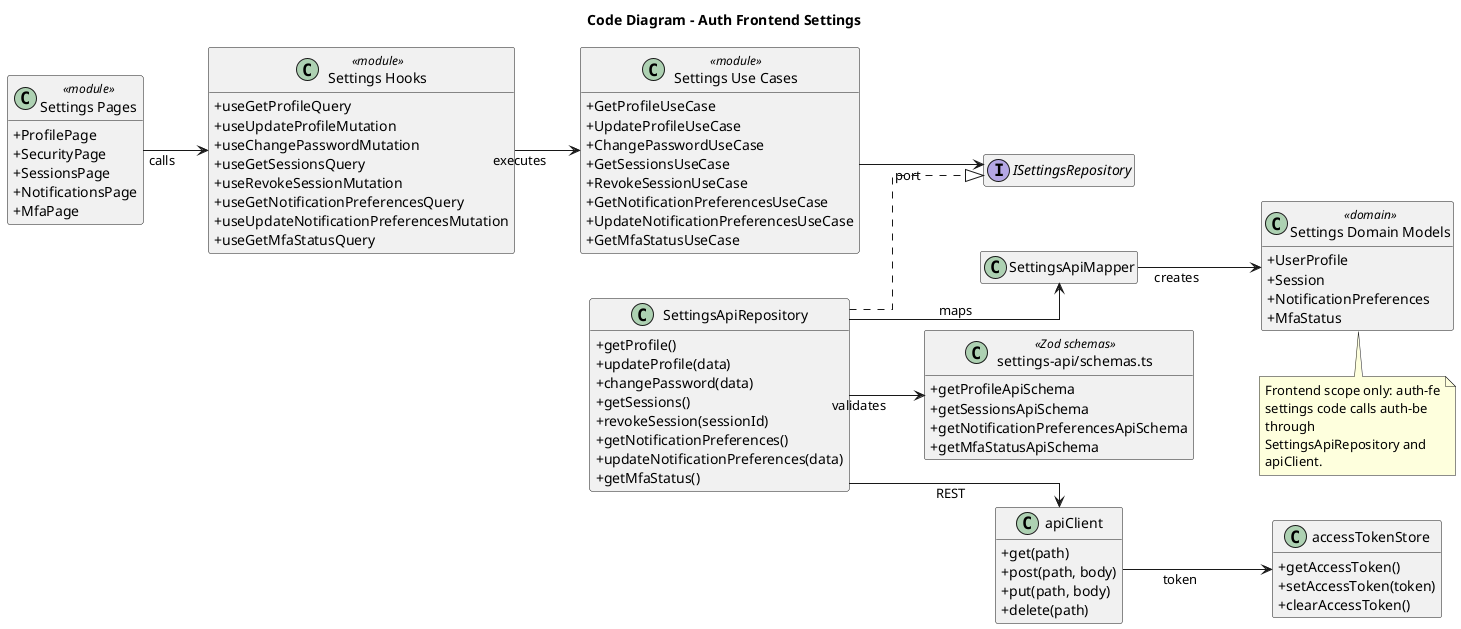
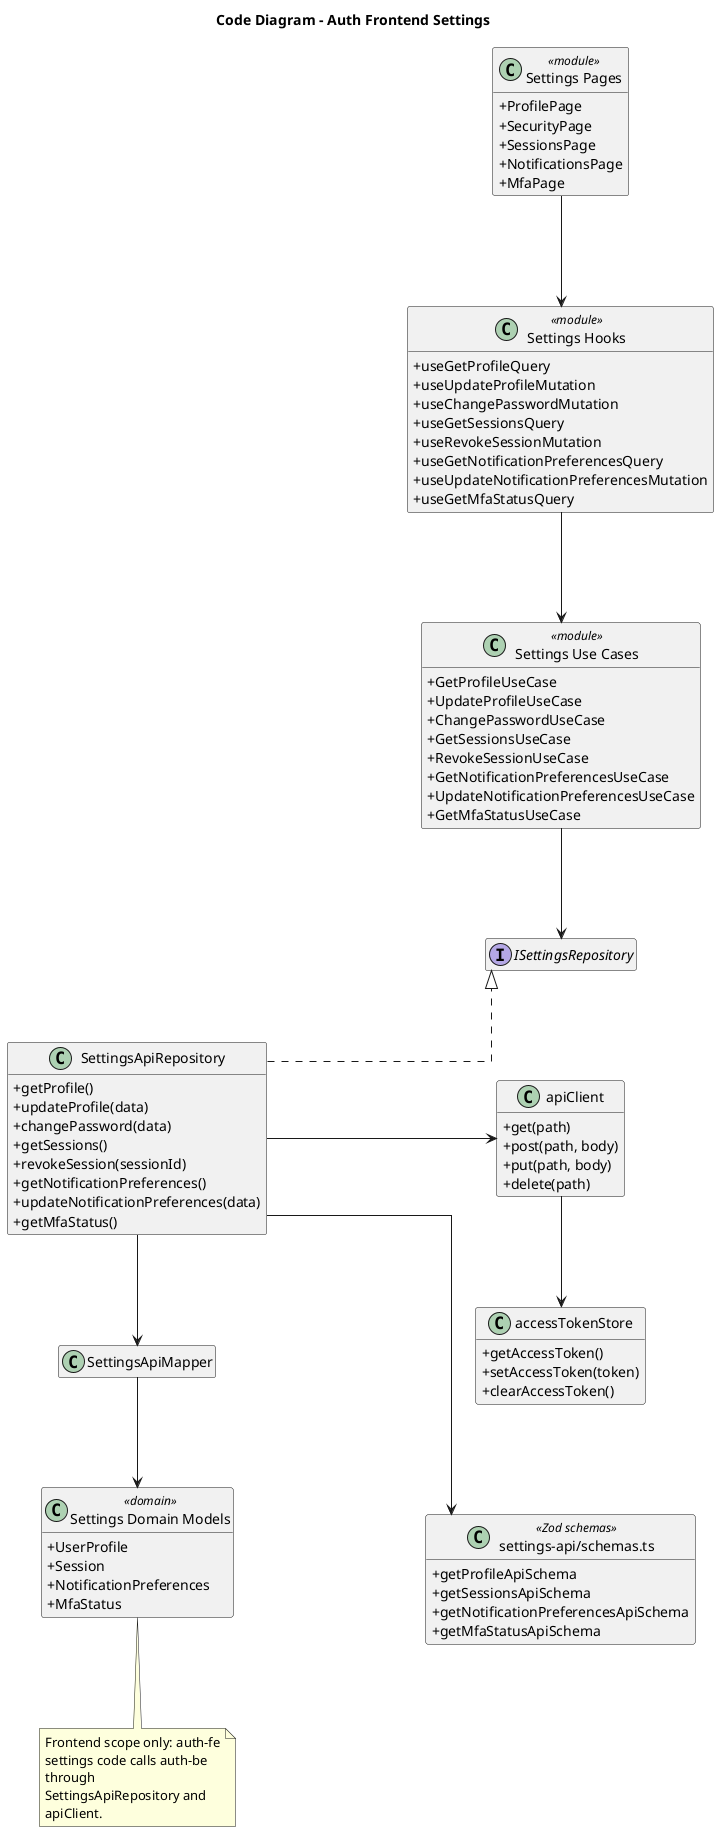
@startuml
title Code Diagram - Auth Frontend Settings
left to right direction
skinparam classAttributeIconSize 0
skinparam linetype ortho
- skinparam nodesep 45
- skinparam ranksep 65
+ skinparam nodesep 110
+ skinparam ranksep 140
skinparam wrapWidth 190
hide empty members

class "Settings Pages" as SettingsPages <<module>> {
  +ProfilePage
  +SecurityPage
  +SessionsPage
  +NotificationsPage
  +MfaPage
}

class "Settings Hooks" as SettingsHooks <<module>> {
  +useGetProfileQuery
  +useUpdateProfileMutation
  +useChangePasswordMutation
  +useGetSessionsQuery
  +useRevokeSessionMutation
  +useGetNotificationPreferencesQuery
  +useUpdateNotificationPreferencesMutation
  +useGetMfaStatusQuery
}

class "Settings Use Cases" as SettingsUseCases <<module>> {
  +GetProfileUseCase
  +UpdateProfileUseCase
  +ChangePasswordUseCase
  +GetSessionsUseCase
  +RevokeSessionUseCase
  +GetNotificationPreferencesUseCase
  +UpdateNotificationPreferencesUseCase
  +GetMfaStatusUseCase
}

interface ISettingsRepository

class SettingsApiRepository {
  +getProfile()
  +updateProfile(data)
  +changePassword(data)
  +getSessions()
  +revokeSession(sessionId)
  +getNotificationPreferences()
  +updateNotificationPreferences(data)
  +getMfaStatus()
}

class SettingsApiMapper

class "settings-api/schemas.ts" as ZodSchemas <<Zod schemas>> {
  +getProfileApiSchema
  +getSessionsApiSchema
  +getNotificationPreferencesApiSchema
  +getMfaStatusApiSchema
}

class apiClient {
  +get(path)
  +post(path, body)
  +put(path, body)
  +delete(path)
}

class accessTokenStore {
  +getAccessToken()
  +setAccessToken(token)
  +clearAccessToken()
}

class "Settings Domain Models" as DomainModels <<domain>> {
  +UserProfile
  +Session
  +NotificationPreferences
  +MfaStatus
}

- SettingsPages --> SettingsHooks : calls
- SettingsHooks --> SettingsUseCases : executes
- SettingsUseCases --> ISettingsRepository : port
+ SettingsPages -right-> SettingsHooks
+ SettingsHooks -right-> SettingsUseCases
+ SettingsUseCases -right-> ISettingsRepository
SettingsApiRepository ..|> ISettingsRepository
- SettingsApiRepository --> apiClient : REST
- SettingsApiRepository --> SettingsApiMapper : maps
- SettingsApiRepository --> ZodSchemas : validates
- SettingsApiMapper --> DomainModels : creates
- apiClient --> accessTokenStore : token
+ SettingsApiRepository -down-> apiClient
+ SettingsApiRepository -right-> SettingsApiMapper
+ SettingsApiRepository -down-> ZodSchemas
+ SettingsApiMapper -right-> DomainModels
+ apiClient -right-> accessTokenStore

note bottom
Frontend scope only: auth-fe settings code calls auth-be through
SettingsApiRepository and apiClient.
end note
@enduml
